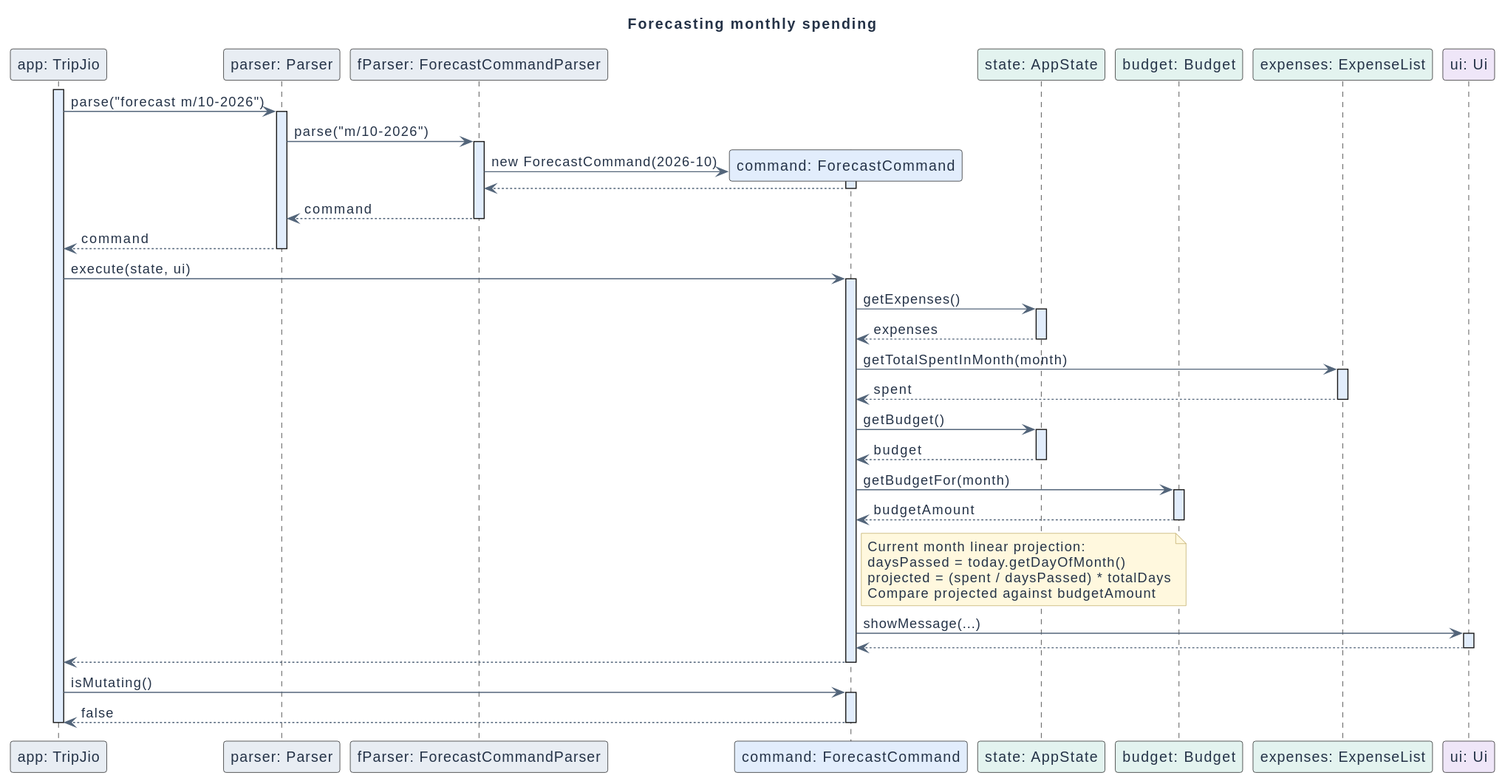
Above: docs/images/ForecastSequence.svg in AY2627S1-CS2113-W10-1/tp (PlantUML), before the change. Its diagram source:
```plantuml
@startuml
skinparam shadowing false
skinparam backgroundColor #FFFFFF
skinparam defaultFontColor #243247
skinparam ArrowColor #53657A
skinparam sequenceLifeLineBackgroundColor #E2EDFC
skinparam NoteBackgroundColor #FFF8DE
skinparam NoteBorderColor #BDAA65

title Forecasting monthly spending

participant "app: TripJio" as App #E8EDF3
participant "parser: Parser" as Parser #E8EDF3
participant "fParser: ForecastCommandParser" as FParser #E8EDF3
participant "command: ForecastCommand" as Cmd #E2EDFC
participant "state: AppState" as State #E3F3EF
participant "budget: Budget" as Budget #E3F3EF
participant "expenses: ExpenseList" as Expenses #E3F3EF
participant "ui: Ui" as Ui #EFE6F8

activate App
App -> Parser ++ : parse("forecast m/10-2026")
Parser -> FParser ++ : parse("m/10-2026")
create Cmd
FParser -> Cmd : new ForecastCommand(2026-10)
activate Cmd
Cmd --> FParser
deactivate Cmd
FParser --> Parser -- : command
Parser --> App -- : command

App -> Cmd ++ : execute(state, ui)
Cmd -> State ++ : getExpenses()
State --> Cmd -- : expenses
Cmd -> Expenses ++ : getTotalSpentInMonth(month)
Expenses --> Cmd -- : spent

Cmd -> State ++ : getBudget()
State --> Cmd -- : budget
Cmd -> Budget ++ : getBudgetFor(month)
Budget --> Cmd -- : budgetAmount

note right of Cmd
  Current month linear projection:
  daysPassed = today.getDayOfMonth()
  projected = (spent / daysPassed) * totalDays
  Compare projected against budgetAmount
end note

Cmd -> Ui ++ : showMessage(...)
Ui --> Cmd --
Cmd --> App --

App -> Cmd ++ : isMutating()
Cmd --> App -- : false
deactivate App
@enduml
```
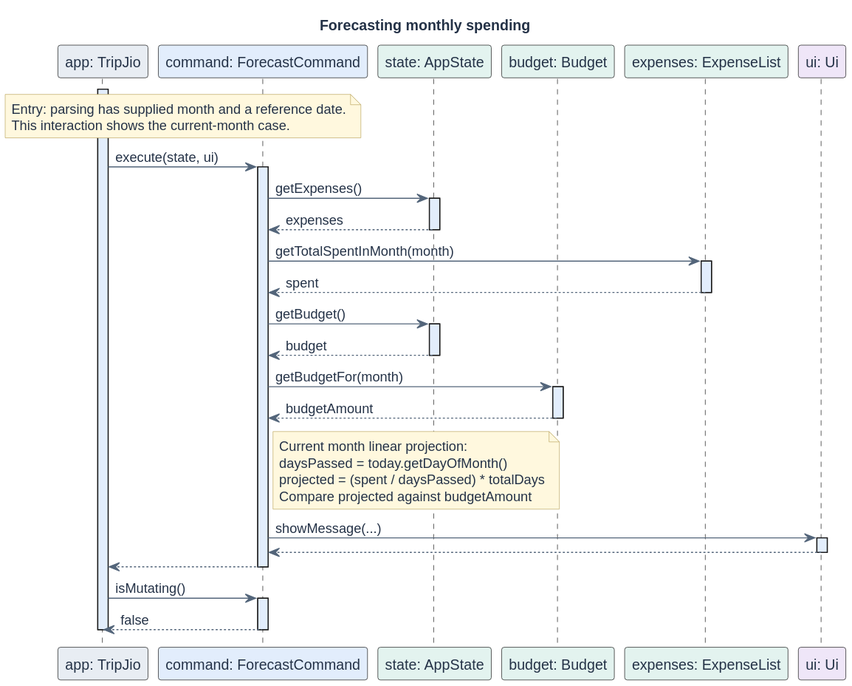
After the change.

Diff of the diagram source:
```diff
@@ -10,8 +10,6 @@
 title Forecasting monthly spending
 
 participant "app: TripJio" as App #E8EDF3
-participant "parser: Parser" as Parser #E8EDF3
-participant "fParser: ForecastCommandParser" as FParser #E8EDF3
 participant "command: ForecastCommand" as Cmd #E2EDFC
 participant "state: AppState" as State #E3F3EF
 participant "budget: Budget" as Budget #E3F3EF
@@ -19,16 +17,7 @@
 participant "ui: Ui" as Ui #EFE6F8
 
 activate App
-App -> Parser ++ : parse("forecast m/10-2026")
-Parser -> FParser ++ : parse("m/10-2026")
-create Cmd
-FParser -> Cmd : new ForecastCommand(2026-10)
-activate Cmd
-Cmd --> FParser
-deactivate Cmd
-FParser --> Parser -- : command
-Parser --> App -- : command
-
+note over App, Cmd : Entry: parsing has supplied month and a reference date.\nThis interaction shows the current-month case.
 App -> Cmd ++ : execute(state, ui)
 Cmd -> State ++ : getExpenses()
 State --> Cmd -- : expenses
```
